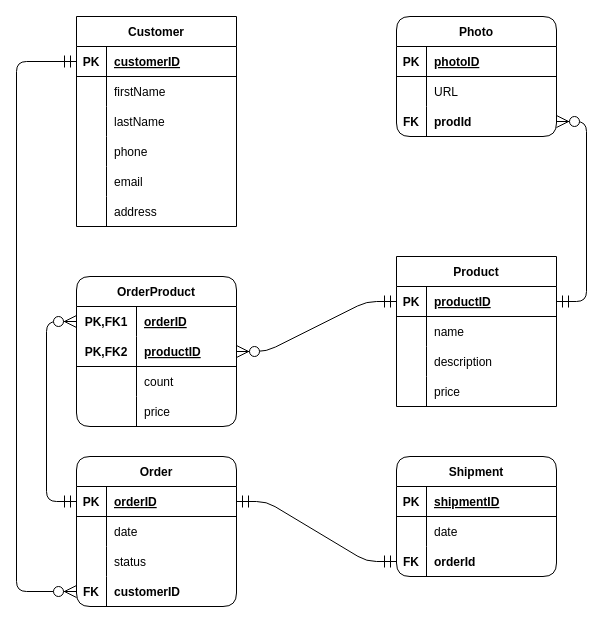
Before: sql/db-shop-erd.drawio in alexander-barmin/2024-JS, a draw.io diagram. Source tidied: cells renumbered, new cells numbered last; positions are measured from the earlier drawing's top-left corner, leaving out a move shared by most shapes. Both pictures are drawn from the tidied source at 100%, with x=0, y=0 at pixel (-4, 16).
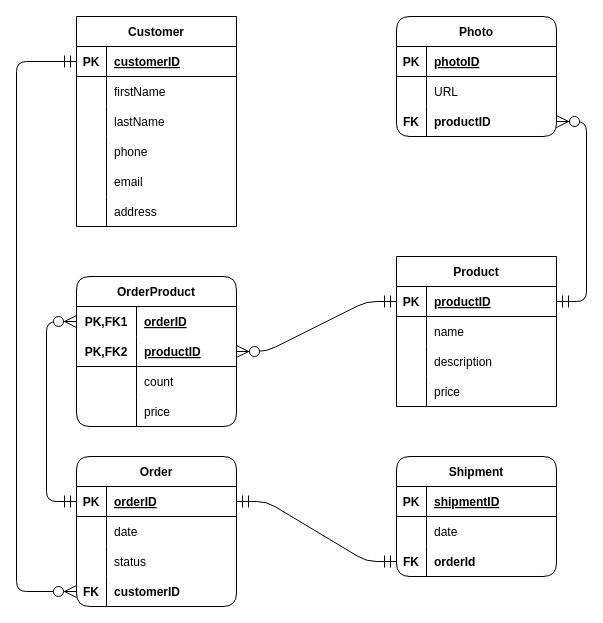
The same diagram, later.

Commit message:
fix(sql): fix fk attribute in photo table

Unchanged cells that the change refers to:
```xml
<mxCell id="69" style="shape=tableRow;horizontal=0;startSize=0;swimlaneHead=0;swimlaneBody=0;fillColor=none;points=[[0,0.5],[1,0.5]];portConstraint=eastwest;top=0;left=0;right=0;bottom=0;" parent="62" vertex="1">
  <mxGeometry y="90" width="160" height="30" as="geometry" />
</mxCell>
```

The edit, as a diff of the source:
```diff
@@
-    <mxCell id="71" value="prodId" style="shape=partialRectangle;fillColor=none;top=0;left=0;bottom=0;right=0;align=left;spacingLeft=6;overflow=hidden;fontStyle=1;" parent="69" vertex="1">
+    <mxCell id="71" value="productID" style="shape=partialRectangle;fillColor=none;top=0;left=0;bottom=0;right=0;align=left;spacingLeft=6;overflow=hidden;fontStyle=1;" parent="69" vertex="1">
       <mxGeometry x="30" width="130" height="30" as="geometry" />
     </mxCell>
```
